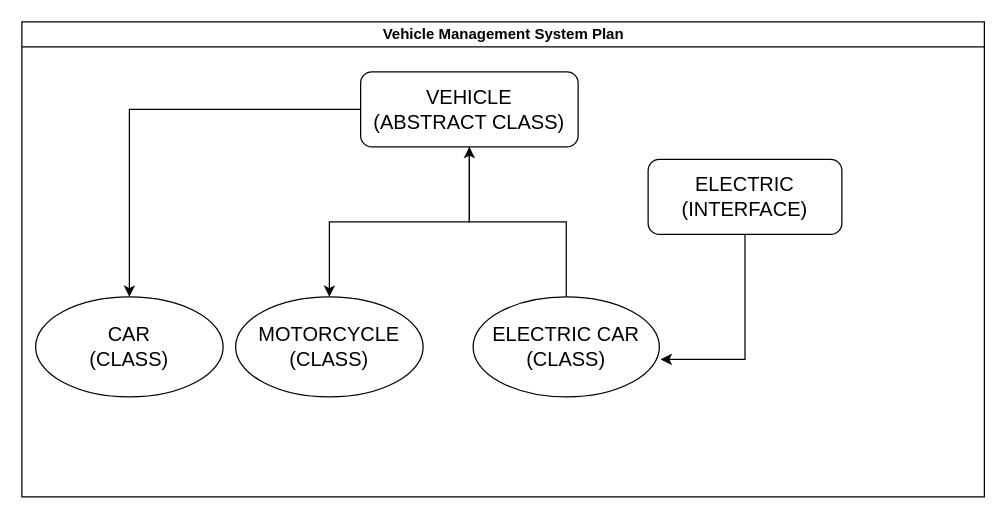
Above: Exercises/Vehicle Management System/Vehicle Management System Plan.drawio in MikeC137/Java (draw.io), before the change. Source tidied: cells renumbered, new cells numbered last; positions are measured from the earlier drawing's top-left corner, leaving out a move shared by most shapes. Both pictures are drawn from the tidied source at 125%, with x=0, y=0 at pixel (21, 21).
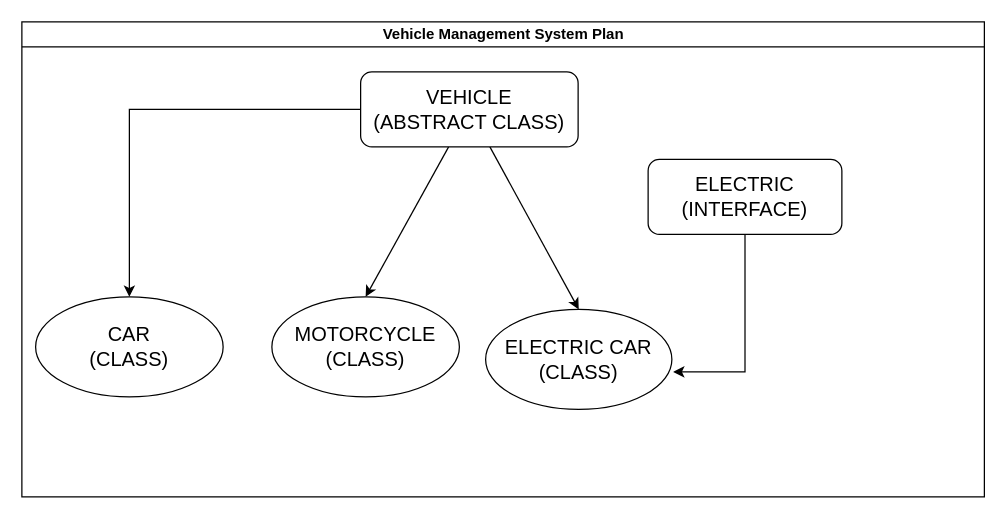
The same page after the edit.

Commit message:
Modify Management Plan Design

What changed in the source:
```diff
@@
 <mxGraphModel>
   <root>
     <mxCell id="0" />
     <mxCell id="1" parent="0" />
     <mxCell id="2" value="Vehicle Management System Plan" style="swimlane;html=1;startSize=20;horizontal=1;containerType=tree;glass=0;" parent="1" vertex="1">
       <mxGeometry width="770" height="380" as="geometry" />
     </mxCell>
     <mxCell id="3" style="edgeStyle=orthogonalEdgeStyle;rounded=0;jettySize=auto;html=1;" parent="2" edge="1" source="5" target="6">
       <mxGeometry relative="1" as="geometry" />
     </mxCell>
+    <mxCell id="12" style="edgeStyle=none;html=1;entryX=0.5;entryY=0;entryDx=0;entryDy=0;" parent="2" edge="1" source="5" target="10">
+      <mxGeometry relative="1" as="geometry" />
+    </mxCell>
-    <mxCell id="4" style="edgeStyle=orthogonalEdgeStyle;rounded=0;jettySize=auto;html=1;entryX=0.5;entryY=0;entryDx=0;entryDy=0;" parent="2" edge="1" source="5" target="7">
+    <mxCell id="4" style="edgeStyle=none;html=1;entryX=0.5;entryY=0;entryDx=0;entryDy=0;" parent="2" edge="1" source="5" target="7">
       <mxGeometry relative="1" as="geometry" />
     </mxCell>
     <mxCell id="5" value="&lt;font size=&quot;3&quot;&gt;VEHICLE&lt;/font&gt;&lt;div&gt;&lt;font size=&quot;3&quot;&gt;(ABSTRACT CLASS)&lt;/font&gt;&lt;/div&gt;" style="rounded=1;whiteSpace=wrap;html=1;" parent="2" vertex="1">
       <mxGeometry x="271" y="40" width="174" height="60" as="geometry" />
     </mxCell>
     <mxCell id="6" value="&lt;font size=&quot;3&quot;&gt;CAR&lt;/font&gt;&lt;div&gt;&lt;font size=&quot;3&quot;&gt;(CLASS)&lt;/font&gt;&lt;/div&gt;" style="ellipse;whiteSpace=wrap;html=1;" parent="2" vertex="1">
       <mxGeometry x="11" y="220" width="150" height="80" as="geometry" />
     </mxCell>
     <mxCell id="7" value="&lt;font size=&quot;3&quot;&gt;MOTORCYCLE&lt;/font&gt;&lt;div&gt;&lt;font size=&quot;3&quot;&gt;(CLASS)&lt;/font&gt;&lt;/div&gt;" style="ellipse;whiteSpace=wrap;html=1;" parent="2" vertex="1">
-      <mxGeometry x="171" y="220" width="150" height="80" as="geometry" />
+      <mxGeometry x="200" y="220" width="150" height="80" as="geometry" />
     </mxCell>
     <mxCell id="8" value="&lt;font size=&quot;3&quot;&gt;ELECTRIC&lt;/font&gt;&lt;div&gt;&lt;font size=&quot;3&quot;&gt;(INTERFACE)&lt;/font&gt;&lt;/div&gt;" style="rounded=1;whiteSpace=wrap;html=1;" parent="2" vertex="1">
       <mxGeometry x="501" y="110" width="155" height="60" as="geometry" />
     </mxCell>
-    <mxCell id="9" style="edgeStyle=orthogonalEdgeStyle;rounded=0;jettySize=auto;html=1;entryX=0.5;entryY=1;entryDx=0;entryDy=0;" parent="2" edge="1" source="10" target="5">
-      <mxGeometry relative="1" as="geometry">
-        <Array as="points">
-          <mxPoint x="436" y="160" />
-          <mxPoint x="358" y="160" />
-        </Array>
-      </mxGeometry>
-    </mxCell>
     <mxCell id="10" value="&lt;font size=&quot;3&quot;&gt;ELECTRIC CAR&lt;/font&gt;&lt;div&gt;&lt;font size=&quot;3&quot;&gt;(CLASS)&lt;/font&gt;&lt;/div&gt;" style="ellipse;whiteSpace=wrap;html=1;" parent="2" vertex="1">
-      <mxGeometry x="361" y="220" width="149" height="80" as="geometry" />
+      <mxGeometry x="371" y="230" width="149" height="80" as="geometry" />
     </mxCell>
     <mxCell id="11" style="edgeStyle=orthogonalEdgeStyle;rounded=0;jettySize=auto;html=1;entryX=1.007;entryY=0.625;entryDx=0;entryDy=0;entryPerimeter=0;" parent="2" edge="1" source="8" target="10">
       <mxGeometry relative="1" as="geometry" />
     </mxCell>
   </root>
 </mxGraphModel>
```
